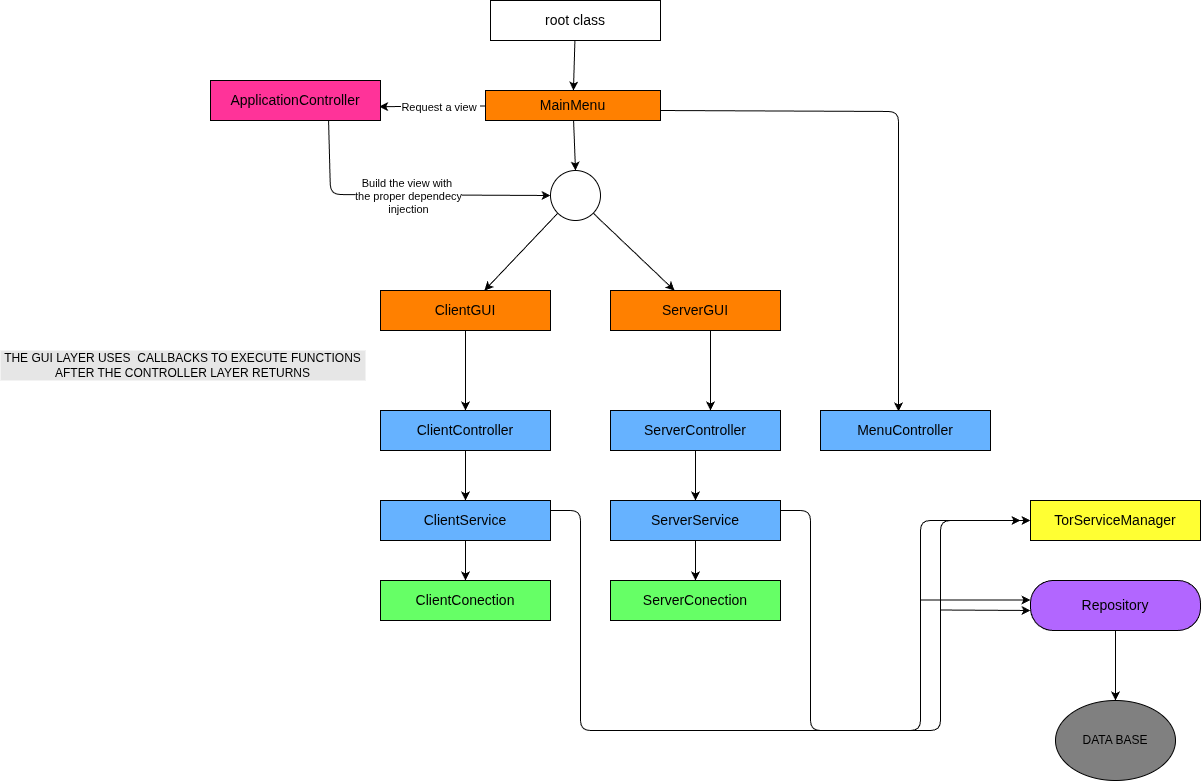
The draw.io diagram visual_schemes/control_flow.png in CaioMaxximus/onionpy-visual-chat, before a commit. Source tidied: cells renumbered, new cells last; positions are measured from the earlier drawing's top-left corner, leaving out a move shared by most shapes.
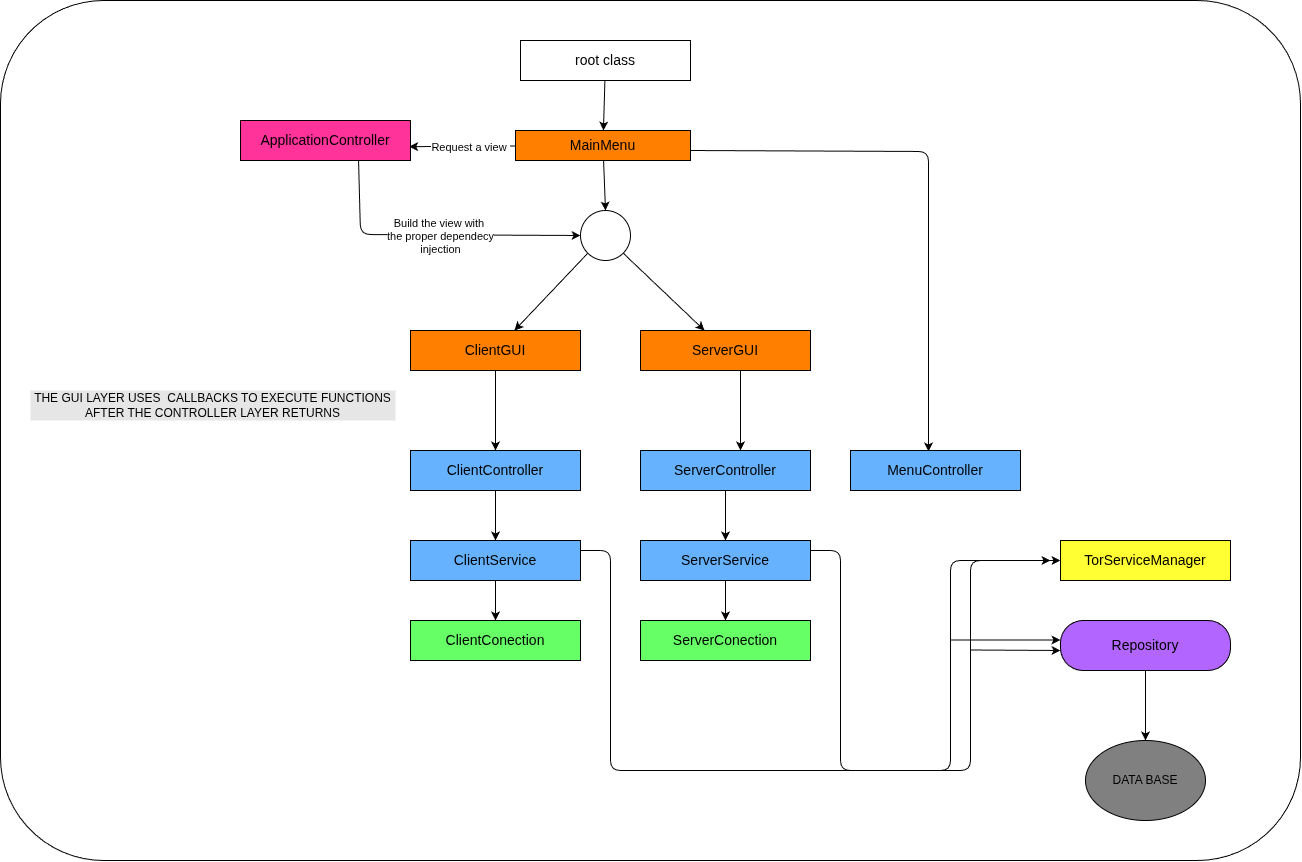
The same diagram one commit later.

What changed in the source:
```diff
@@ -2,6 +2,9 @@
   <root>
     <mxCell id="0" />
     <mxCell id="1" parent="0" />
+    <mxCell id="41" style="rounded=1;whiteSpace=wrap;html=1;arcSize=12;fillColor=#FFFFFF;" parent="1" vertex="1">
+      <mxGeometry x="-30" y="-40" width="1300" height="860" as="geometry" />
+    </mxCell>
     <mxCell id="2" style="edgeStyle=none;html=1;" parent="1" edge="1" source="3" target="10">
       <mxGeometry relative="1" as="geometry" />
     </mxCell>
```
